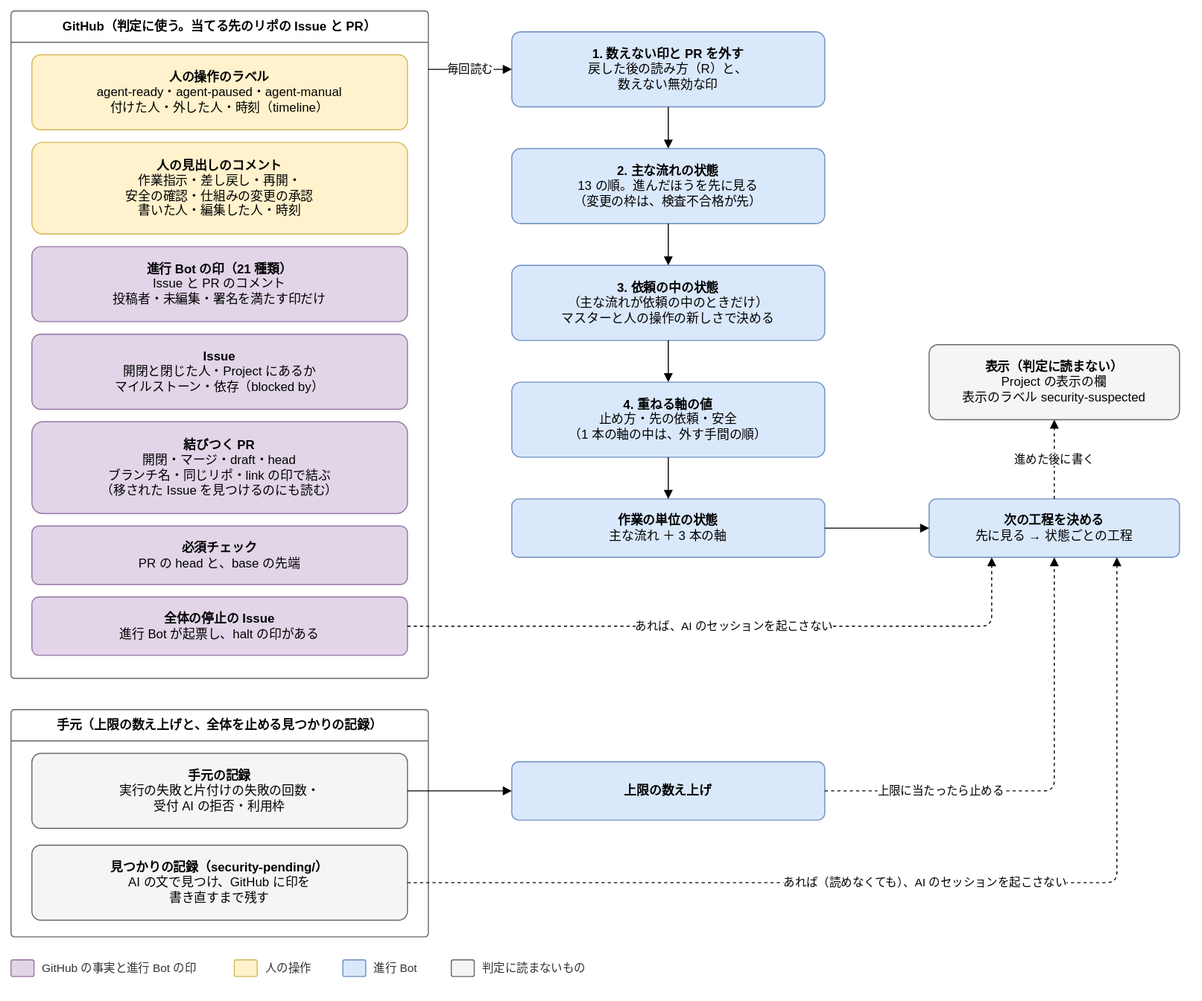
This is docs/design/basic/diagrams/02-state-assembly.drawio.svg from Joymerrevent/dev-autopilot, a draw.io export, as it was before one commit. Source tidied: cells renumbered, new cells last; positions are measured from the earlier drawing's top-left corner, leaving out a move shared by most shapes.
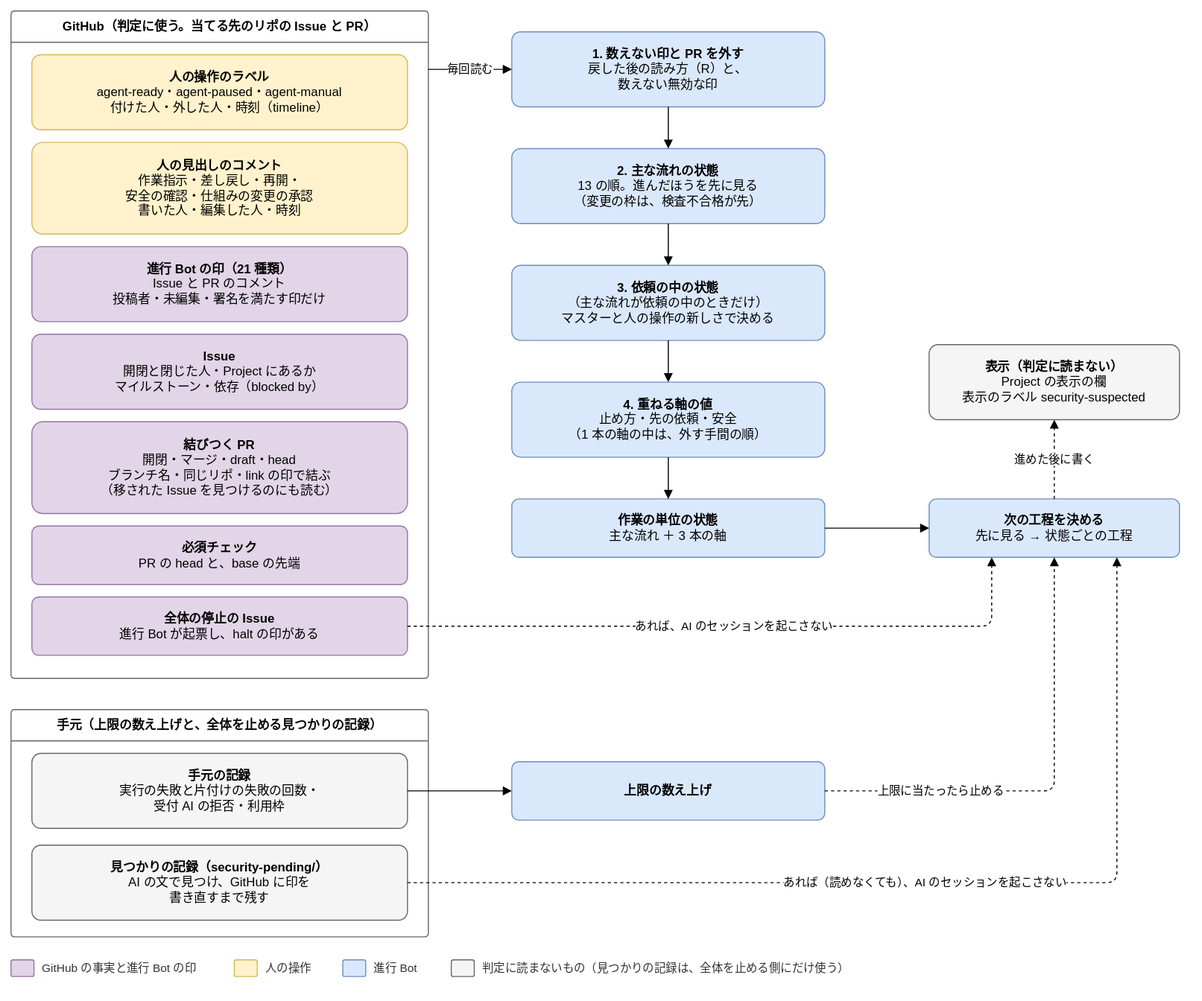
After the commit.

Commit message:
docs(design): 基本設計の図で、見つかりの記録が読めないときも AI のセッションだけを起こさないと描く

3 回目の再レビューの指摘を直す（R4-07）。

- 02-run-flow：順 2 の箱を「見つかりの記録を読む」にし、「AI のセッションだけを起こさない」の箱へ
  「見つかりの記録が ある・読めない」の点線を足す
- 02-state-assembly：灰色の凡例を「判定に読まないもの（見つかりの記録は、全体を止める側にだけ
  使う）」にする

Claude-Session: https://claude.ai/code/session_01LvmXQN14Y95msvojZ6hWNP

Change to the diagram source:
```diff
@@ -125,8 +125,8 @@
     <mxCell id="38" style="rounded=1;whiteSpace=wrap;html=1;fontSize=12;arcSize=12;spacing=12;fillColor=#f5f5f5;strokeColor=#666666;" parent="1" vertex="1">
       <mxGeometry x="422" y="910" width="22" height="16" as="geometry" />
     </mxCell>
-    <mxCell id="39" value="判定に読まないもの" style="text;html=1;align=left;verticalAlign=middle;fontSize=11;fontColor=#333333;" parent="1" vertex="1">
-      <mxGeometry x="450" y="908" width="120" height="20" as="geometry" />
+    <mxCell id="39" value="判定に読まないもの（見つかりの記録は、全体を止める側にだけ使う）" style="text;html=1;align=left;verticalAlign=middle;fontSize=11;fontColor=#333333;" parent="1" vertex="1">
+      <mxGeometry x="450" y="908" width="380" height="20" as="geometry" />
     </mxCell>
   </root>
 </mxGraphModel>
```
